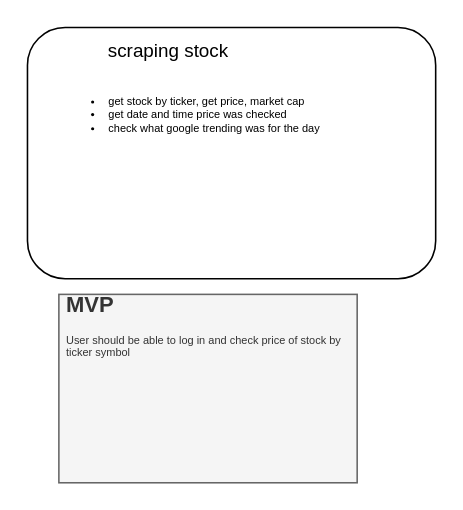
Earlier version of the draw.io diagram stockscrapper.drawio (jesusdoza/diagrams). Source tidied: cells renumbered, new cells numbered last; positions are measured from the earlier drawing's top-left corner, leaving out a move shared by most shapes. Both pictures are drawn from the tidied source at 157%, with x=0, y=0 at pixel (27, 27).
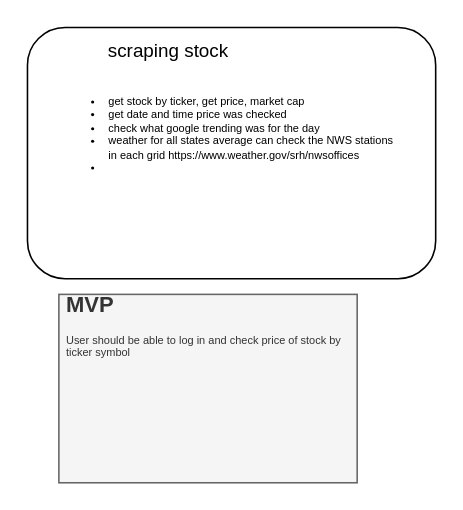
The same page after the edit.

The edit, as a diff of the source:
```diff
@@
 <mxGraphModel>
   <root>
     <mxCell id="0" />
     <mxCell id="1" parent="0" />
     <mxCell id="2" style="rounded=1;whiteSpace=wrap;html=1;" parent="1" vertex="1">
       <mxGeometry width="260" height="160" as="geometry" />
     </mxCell>
     <mxCell id="3" value="scraping stock" style="text;html=1;strokeColor=none;fillColor=none;align=center;verticalAlign=middle;whiteSpace=wrap;rounded=0;" parent="1" vertex="1">
       <mxGeometry x="30" width="120" height="30" as="geometry" />
     </mxCell>
-    <mxCell id="4" value="&lt;ul style=&quot;font-size: 7px;&quot;&gt;&lt;li style=&quot;font-size: 7px;&quot;&gt;&lt;span style=&quot;background-color: initial; font-size: 7px;&quot;&gt;get stock by ticker,&amp;nbsp;&lt;/span&gt;get price, market cap&lt;/li&gt;&lt;li style=&quot;font-size: 7px;&quot;&gt;get date and time price was checked&lt;/li&gt;&lt;li style=&quot;font-size: 7px;&quot;&gt;check what google trending was for the day&lt;/li&gt;&lt;/ul&gt;" style="text;strokeColor=none;fillColor=none;html=1;whiteSpace=wrap;verticalAlign=top;overflow=hidden;align=left;fontSize=7;" parent="1" vertex="1">
+    <mxCell id="4" value="&lt;ul style=&quot;font-size: 7px;&quot;&gt;&lt;li style=&quot;font-size: 7px;&quot;&gt;&lt;span style=&quot;background-color: initial; font-size: 7px;&quot;&gt;get stock by ticker,&amp;nbsp;&lt;/span&gt;get price, market cap&lt;/li&gt;&lt;li style=&quot;font-size: 7px;&quot;&gt;get date and time price was checked&lt;/li&gt;&lt;li style=&quot;font-size: 7px;&quot;&gt;check what google trending was for the day&lt;/li&gt;&lt;li style=&quot;font-size: 7px;&quot;&gt;weather for all states average can check the NWS stations in each grid https://www.weather.gov/srh/nwsoffices&lt;/li&gt;&lt;li style=&quot;font-size: 7px;&quot;&gt;&lt;br&gt;&lt;/li&gt;&lt;/ul&gt;" style="text;strokeColor=none;fillColor=none;html=1;whiteSpace=wrap;verticalAlign=top;overflow=hidden;align=left;fontSize=7;" parent="1" vertex="1">
       <mxGeometry x="10" y="30" width="230" height="120" as="geometry" />
     </mxCell>
     <mxCell id="5" value="&lt;h1&gt;MVP&lt;/h1&gt;&lt;p&gt;User should be able to log in and check price of stock by ticker symbol&lt;/p&gt;" style="text;html=1;spacing=5;spacingTop=-20;whiteSpace=wrap;overflow=hidden;rounded=0;fontSize=7;fillColor=#f5f5f5;strokeColor=#666666;fontColor=#333333;" parent="1" vertex="1">
       <mxGeometry x="20" y="170" width="190" height="120" as="geometry" />
     </mxCell>
   </root>
 </mxGraphModel>
```
